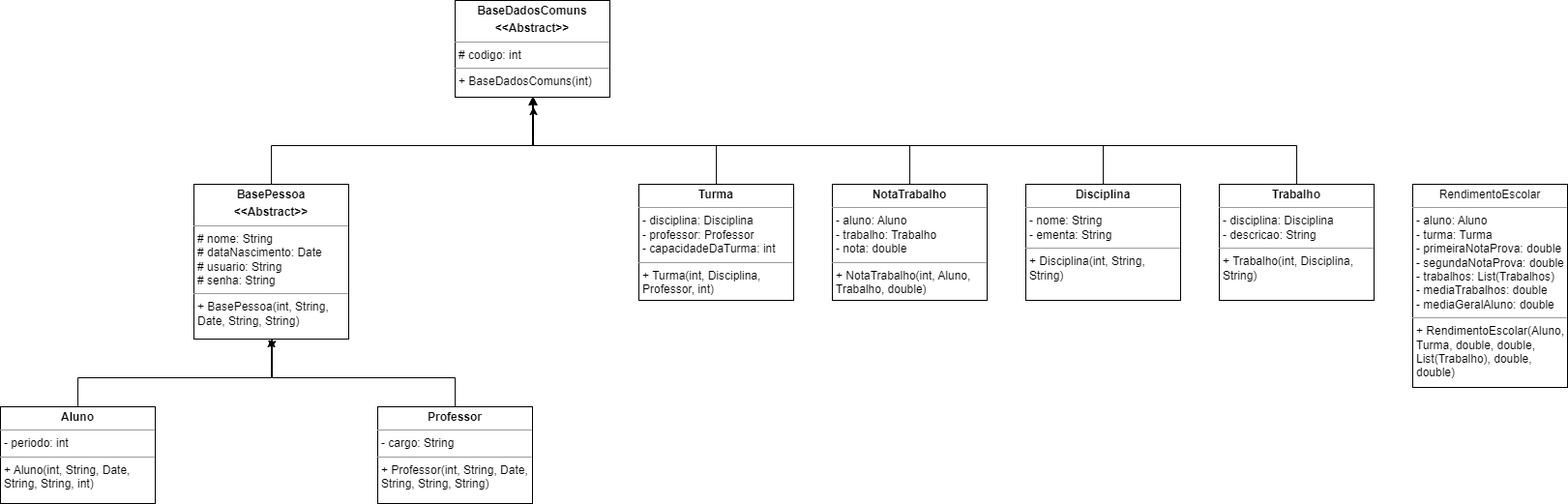
Earlier version of the draw.io export A2.png (GuilhermeVgl/Atividade05-POO). Source tidied: cells renumbered, new cells last; positions are measured from the earlier drawing's top-left corner, leaving out a move shared by most shapes.
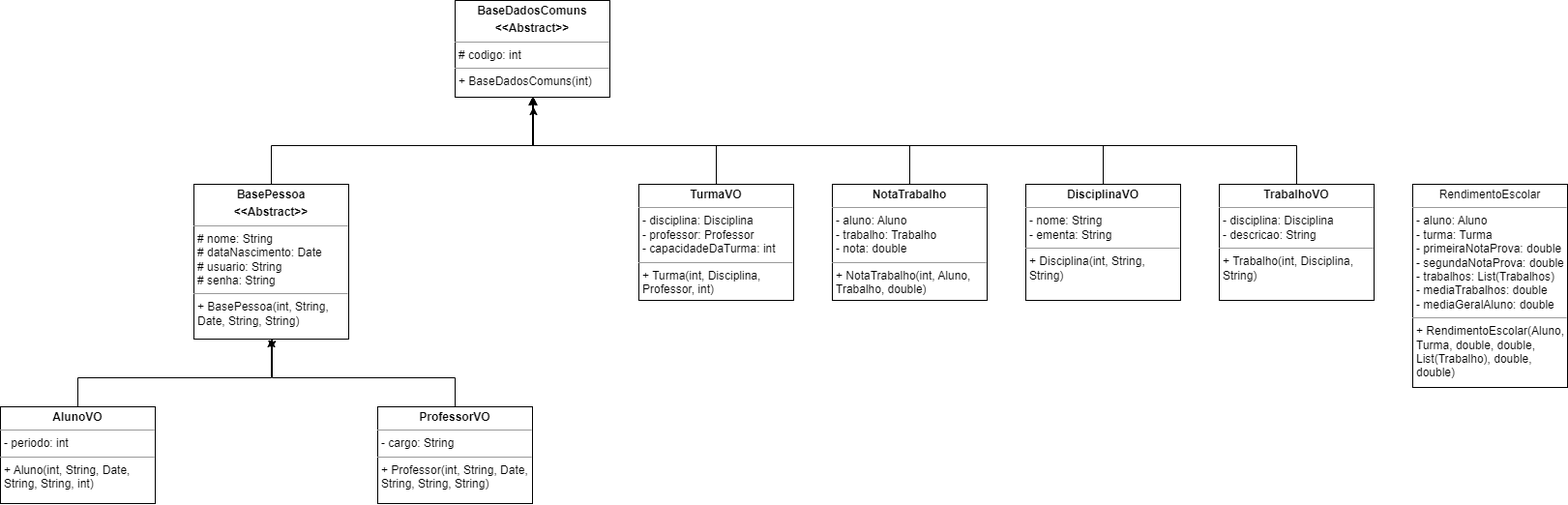
After the commit.

Diff of the diagram source:
```diff
@@ -24,7 +24,7 @@
         </Array>
       </mxGeometry>
     </mxCell>
-    <mxCell id="6" value="&lt;p style=&quot;margin:0px;margin-top:4px;text-align:center;&quot;&gt;&lt;b&gt;Aluno&lt;/b&gt;&lt;/p&gt;&lt;hr size=&quot;1&quot;&gt;&lt;p style=&quot;margin:0px;margin-left:4px;&quot;&gt;- periodo: int&lt;/p&gt;&lt;hr size=&quot;1&quot;&gt;&lt;p style=&quot;margin:0px;margin-left:4px;&quot;&gt;+ Aluno(int, String, Date, String, String, int)&lt;/p&gt;" style="verticalAlign=top;align=left;overflow=fill;fontSize=12;fontFamily=Helvetica;html=1;whiteSpace=wrap;" parent="1" vertex="1">
+    <mxCell id="6" value="&lt;p style=&quot;margin:0px;margin-top:4px;text-align:center;&quot;&gt;&lt;b&gt;AlunoVO&lt;/b&gt;&lt;/p&gt;&lt;hr size=&quot;1&quot;&gt;&lt;p style=&quot;margin:0px;margin-left:4px;&quot;&gt;- periodo: int&lt;/p&gt;&lt;hr size=&quot;1&quot;&gt;&lt;p style=&quot;margin:0px;margin-left:4px;&quot;&gt;+ Aluno(int, String, Date, String, String, int)&lt;/p&gt;" style="verticalAlign=top;align=left;overflow=fill;fontSize=12;fontFamily=Helvetica;html=1;whiteSpace=wrap;" parent="1" vertex="1">
       <mxGeometry y="420" width="160" height="100" as="geometry" />
     </mxCell>
     <mxCell id="7" style="edgeStyle=orthogonalEdgeStyle;rounded=0;jettySize=auto;html=1;" parent="1" edge="1" source="8">
@@ -37,7 +37,7 @@
         </Array>
       </mxGeometry>
     </mxCell>
-    <mxCell id="8" value="&lt;p style=&quot;margin:0px;margin-top:4px;text-align:center;&quot;&gt;&lt;b&gt;Professor&lt;/b&gt;&lt;/p&gt;&lt;hr size=&quot;1&quot;&gt;&lt;p style=&quot;margin:0px;margin-left:4px;&quot;&gt;- cargo: String&lt;/p&gt;&lt;hr size=&quot;1&quot;&gt;&lt;p style=&quot;margin:0px;margin-left:4px;&quot;&gt;+ Professor(int, String, Date, String, String, String)&lt;/p&gt;" style="verticalAlign=top;align=left;overflow=fill;fontSize=12;fontFamily=Helvetica;html=1;whiteSpace=wrap;" parent="1" vertex="1">
+    <mxCell id="8" value="&lt;p style=&quot;margin:0px;margin-top:4px;text-align:center;&quot;&gt;&lt;b&gt;ProfessorVO&lt;/b&gt;&lt;/p&gt;&lt;hr size=&quot;1&quot;&gt;&lt;p style=&quot;margin:0px;margin-left:4px;&quot;&gt;- cargo: String&lt;/p&gt;&lt;hr size=&quot;1&quot;&gt;&lt;p style=&quot;margin:0px;margin-left:4px;&quot;&gt;+ Professor(int, String, Date, String, String, String)&lt;/p&gt;" style="verticalAlign=top;align=left;overflow=fill;fontSize=12;fontFamily=Helvetica;html=1;whiteSpace=wrap;" parent="1" vertex="1">
       <mxGeometry x="390" y="420" width="160" height="100" as="geometry" />
     </mxCell>
     <mxCell id="9" style="edgeStyle=orthogonalEdgeStyle;rounded=0;jettySize=auto;html=1;entryX=0.5;entryY=1;entryDx=0;entryDy=0;" parent="1" edge="1" source="10" target="2">
@@ -48,7 +48,7 @@
         </Array>
       </mxGeometry>
     </mxCell>
-    <mxCell id="10" value="&lt;p style=&quot;margin:0px;margin-top:4px;text-align:center;&quot;&gt;&lt;b&gt;Turma&lt;/b&gt;&lt;/p&gt;&lt;hr size=&quot;1&quot;&gt;&lt;p style=&quot;margin:0px;margin-left:4px;&quot;&gt;- disciplina: Disciplina&lt;/p&gt;&lt;p style=&quot;margin:0px;margin-left:4px;&quot;&gt;- professor: Professor&lt;/p&gt;&lt;p style=&quot;margin:0px;margin-left:4px;&quot;&gt;- capacidadeDaTurma: int&lt;/p&gt;&lt;hr size=&quot;1&quot;&gt;&lt;p style=&quot;margin:0px;margin-left:4px;&quot;&gt;+ Turma(int, Disciplina, Professor, int)&lt;/p&gt;" style="verticalAlign=top;align=left;overflow=fill;fontSize=12;fontFamily=Helvetica;html=1;whiteSpace=wrap;" parent="1" vertex="1">
+    <mxCell id="10" value="&lt;p style=&quot;margin:0px;margin-top:4px;text-align:center;&quot;&gt;&lt;b&gt;TurmaVO&lt;/b&gt;&lt;/p&gt;&lt;hr size=&quot;1&quot;&gt;&lt;p style=&quot;margin:0px;margin-left:4px;&quot;&gt;- disciplina: Disciplina&lt;/p&gt;&lt;p style=&quot;margin:0px;margin-left:4px;&quot;&gt;- professor: Professor&lt;/p&gt;&lt;p style=&quot;margin:0px;margin-left:4px;&quot;&gt;- capacidadeDaTurma: int&lt;/p&gt;&lt;hr size=&quot;1&quot;&gt;&lt;p style=&quot;margin:0px;margin-left:4px;&quot;&gt;+ Turma(int, Disciplina, Professor, int)&lt;/p&gt;" style="verticalAlign=top;align=left;overflow=fill;fontSize=12;fontFamily=Helvetica;html=1;whiteSpace=wrap;" parent="1" vertex="1">
       <mxGeometry x="660" y="190" width="160" height="120" as="geometry" />
     </mxCell>
     <mxCell id="11" style="edgeStyle=orthogonalEdgeStyle;rounded=0;jettySize=auto;html=1;" parent="1" edge="1" source="12">
@@ -74,7 +74,7 @@
         </Array>
       </mxGeometry>
     </mxCell>
-    <mxCell id="14" value="&lt;p style=&quot;margin:0px;margin-top:4px;text-align:center;&quot;&gt;&lt;b&gt;Disciplina&lt;/b&gt;&lt;/p&gt;&lt;hr size=&quot;1&quot;&gt;&lt;p style=&quot;margin:0px;margin-left:4px;&quot;&gt;- nome: String&lt;/p&gt;&lt;p style=&quot;margin:0px;margin-left:4px;&quot;&gt;- ementa: String&lt;/p&gt;&lt;hr size=&quot;1&quot;&gt;&lt;p style=&quot;margin:0px;margin-left:4px;&quot;&gt;+ Disciplina(int, String, String)&lt;/p&gt;" style="verticalAlign=top;align=left;overflow=fill;fontSize=12;fontFamily=Helvetica;html=1;whiteSpace=wrap;" parent="1" vertex="1">
+    <mxCell id="14" value="&lt;p style=&quot;margin:0px;margin-top:4px;text-align:center;&quot;&gt;&lt;b&gt;DisciplinaVO&lt;/b&gt;&lt;/p&gt;&lt;hr size=&quot;1&quot;&gt;&lt;p style=&quot;margin:0px;margin-left:4px;&quot;&gt;- nome: String&lt;/p&gt;&lt;p style=&quot;margin:0px;margin-left:4px;&quot;&gt;- ementa: String&lt;/p&gt;&lt;hr size=&quot;1&quot;&gt;&lt;p style=&quot;margin:0px;margin-left:4px;&quot;&gt;+ Disciplina(int, String, String)&lt;/p&gt;" style="verticalAlign=top;align=left;overflow=fill;fontSize=12;fontFamily=Helvetica;html=1;whiteSpace=wrap;" parent="1" vertex="1">
       <mxGeometry x="1060" y="190" width="160" height="120" as="geometry" />
     </mxCell>
     <mxCell id="15" style="edgeStyle=orthogonalEdgeStyle;rounded=0;jettySize=auto;html=1;" parent="1" edge="1" source="16">
@@ -87,7 +87,7 @@
         </Array>
       </mxGeometry>
     </mxCell>
-    <mxCell id="16" value="&lt;p style=&quot;margin:0px;margin-top:4px;text-align:center;&quot;&gt;&lt;b&gt;Trabalho&lt;/b&gt;&lt;/p&gt;&lt;hr size=&quot;1&quot;&gt;&lt;p style=&quot;margin:0px;margin-left:4px;&quot;&gt;- disciplina: Disciplina&lt;/p&gt;&lt;p style=&quot;margin:0px;margin-left:4px;&quot;&gt;- descricao: String&lt;/p&gt;&lt;hr size=&quot;1&quot;&gt;&lt;p style=&quot;margin:0px;margin-left:4px;&quot;&gt;+ Trabalho(int, Disciplina, String)&lt;/p&gt;" style="verticalAlign=top;align=left;overflow=fill;fontSize=12;fontFamily=Helvetica;html=1;whiteSpace=wrap;" parent="1" vertex="1">
+    <mxCell id="16" value="&lt;p style=&quot;margin:0px;margin-top:4px;text-align:center;&quot;&gt;&lt;b&gt;TrabalhoVO&lt;/b&gt;&lt;/p&gt;&lt;hr size=&quot;1&quot;&gt;&lt;p style=&quot;margin:0px;margin-left:4px;&quot;&gt;- disciplina: Disciplina&lt;/p&gt;&lt;p style=&quot;margin:0px;margin-left:4px;&quot;&gt;- descricao: String&lt;/p&gt;&lt;hr size=&quot;1&quot;&gt;&lt;p style=&quot;margin:0px;margin-left:4px;&quot;&gt;+ Trabalho(int, Disciplina, String)&lt;/p&gt;" style="verticalAlign=top;align=left;overflow=fill;fontSize=12;fontFamily=Helvetica;html=1;whiteSpace=wrap;" parent="1" vertex="1">
       <mxGeometry x="1260" y="190" width="160" height="120" as="geometry" />
     </mxCell>
     <mxCell id="17" value="&lt;p style=&quot;margin:0px;margin-top:4px;text-align:center;&quot;&gt;RendimentoEscolar&lt;br&gt;&lt;/p&gt;&lt;hr size=&quot;1&quot;&gt;&lt;p style=&quot;margin:0px;margin-left:4px;&quot;&gt;- aluno: Aluno&lt;/p&gt;&lt;p style=&quot;margin:0px;margin-left:4px;&quot;&gt;- turma: Turma&lt;/p&gt;&lt;p style=&quot;margin:0px;margin-left:4px;&quot;&gt;- primeiraNotaProva: double&lt;/p&gt;&lt;p style=&quot;margin:0px;margin-left:4px;&quot;&gt;- segundaNotaProva: double&lt;/p&gt;&lt;p style=&quot;margin:0px;margin-left:4px;&quot;&gt;- trabalhos: List(Trabalhos)&lt;/p&gt;&lt;p style=&quot;margin:0px;margin-left:4px;&quot;&gt;- mediaTrabalhos: double&lt;/p&gt;&lt;p style=&quot;margin:0px;margin-left:4px;&quot;&gt;- mediaGeralAluno: double&lt;/p&gt;&lt;hr size=&quot;1&quot;&gt;&lt;p style=&quot;margin:0px;margin-left:4px;&quot;&gt;+ RendimentoEscolar(Aluno, Turma, double, double, List(Trabalho), double, double)&lt;/p&gt;" style="verticalAlign=top;align=left;overflow=fill;fontSize=12;fontFamily=Helvetica;html=1;whiteSpace=wrap;" parent="1" vertex="1">
```
